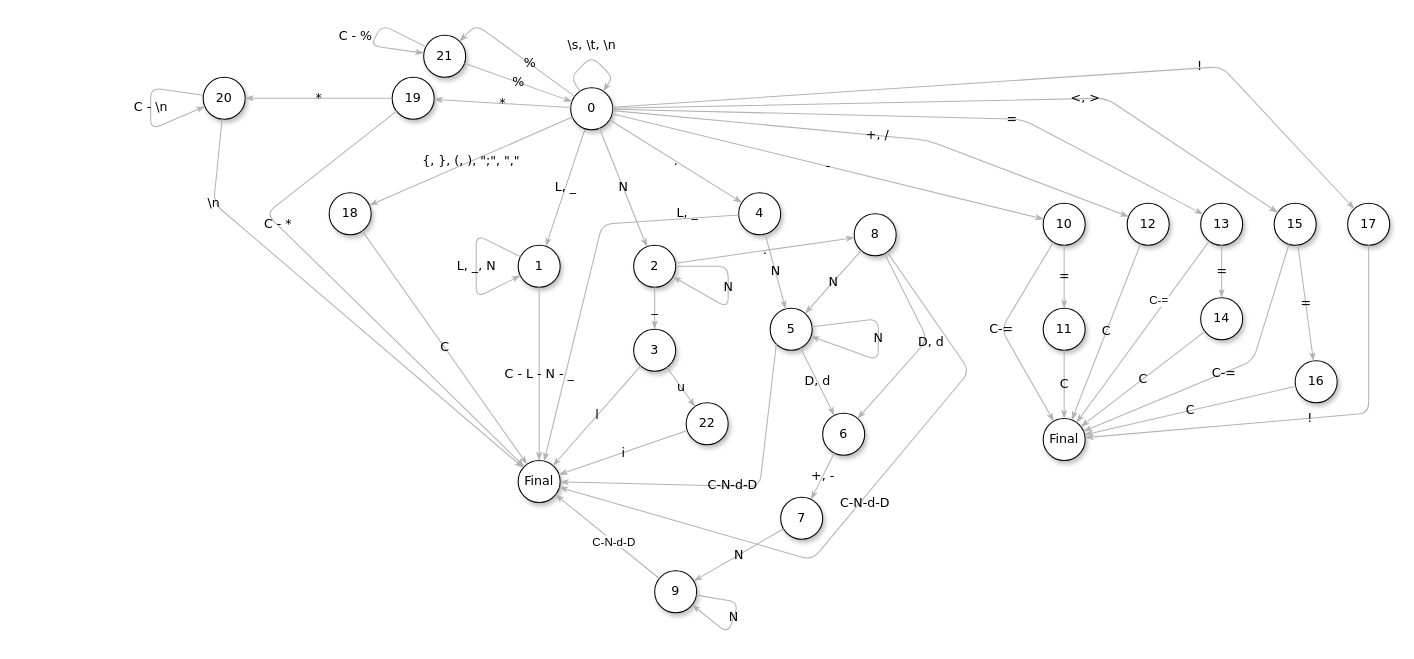
The draw.io diagram docs/automata.drawio in fnicolasmedioli/compilador, before the edit. Source tidied: cells renumbered, new cells numbered last; positions are measured from the earlier drawing's top-left corner, leaving out a move shared by most shapes. Both pictures are drawn from the tidied source at 105%, with x=0, y=0 at pixel (150, 24).
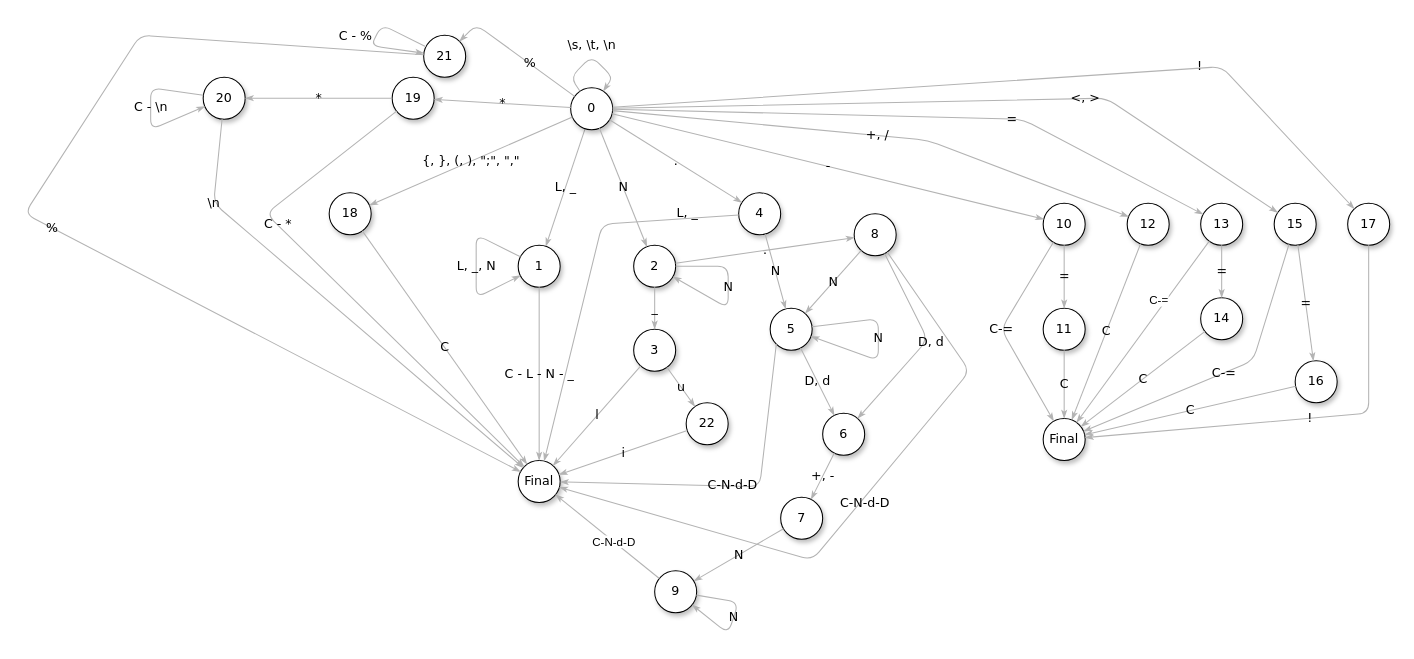
The same page after the edit.

Unchanged cells that the change refers to:
```xml
<mxCell id="3" value="0" style="ellipse;whiteSpace=wrap;html=1;rounded=0;shadow=1;comic=0;labelBackgroundColor=none;strokeWidth=1;fontFamily=Verdana;fontSize=12;align=center;" parent="1" vertex="1">
  <mxGeometry x="400" y="60" width="40" height="40" as="geometry" />
</mxCell>
<mxCell id="8" value="Final" style="ellipse;whiteSpace=wrap;html=1;rounded=0;shadow=1;comic=0;labelBackgroundColor=none;strokeWidth=1;fontFamily=Verdana;fontSize=12;align=center;" parent="1" vertex="1">
  <mxGeometry x="350" y="415" width="40" height="40" as="geometry" />
</mxCell>
<mxCell id="68" value="21" style="ellipse;whiteSpace=wrap;html=1;rounded=0;shadow=1;comic=0;labelBackgroundColor=none;strokeWidth=1;fontFamily=Verdana;fontSize=12;align=center;" parent="1" vertex="1">
  <mxGeometry x="260" y="10" width="40" height="40" as="geometry" />
</mxCell>
```

What changed in the source:
```diff
@@
-    <mxCell id="71" value="%" style="edgeStyle=none;rounded=1;html=1;labelBackgroundColor=none;startArrow=none;startFill=0;startSize=5;endArrow=classicThin;endFill=1;endSize=5;jettySize=auto;strokeColor=#B3B3B3;strokeWidth=1;fontFamily=Verdana;fontSize=12;" parent="1" edge="1" source="68" target="3">
-      <mxGeometry relative="1" as="geometry" />
+    <mxCell id="71" value="%" style="edgeStyle=none;rounded=1;html=1;labelBackgroundColor=none;startArrow=none;startFill=0;startSize=5;endArrow=classicThin;endFill=1;endSize=5;jettySize=auto;strokeColor=#B3B3B3;strokeWidth=1;fontFamily=Verdana;fontSize=12;" parent="1" edge="1" source="68" target="8">
+      <mxGeometry relative="1" as="geometry">
+        <Array as="points">
+          <mxPoint x="-10" y="10" />
+          <mxPoint x="-120" y="180" />
+        </Array>
+      </mxGeometry>
     </mxCell>
```
